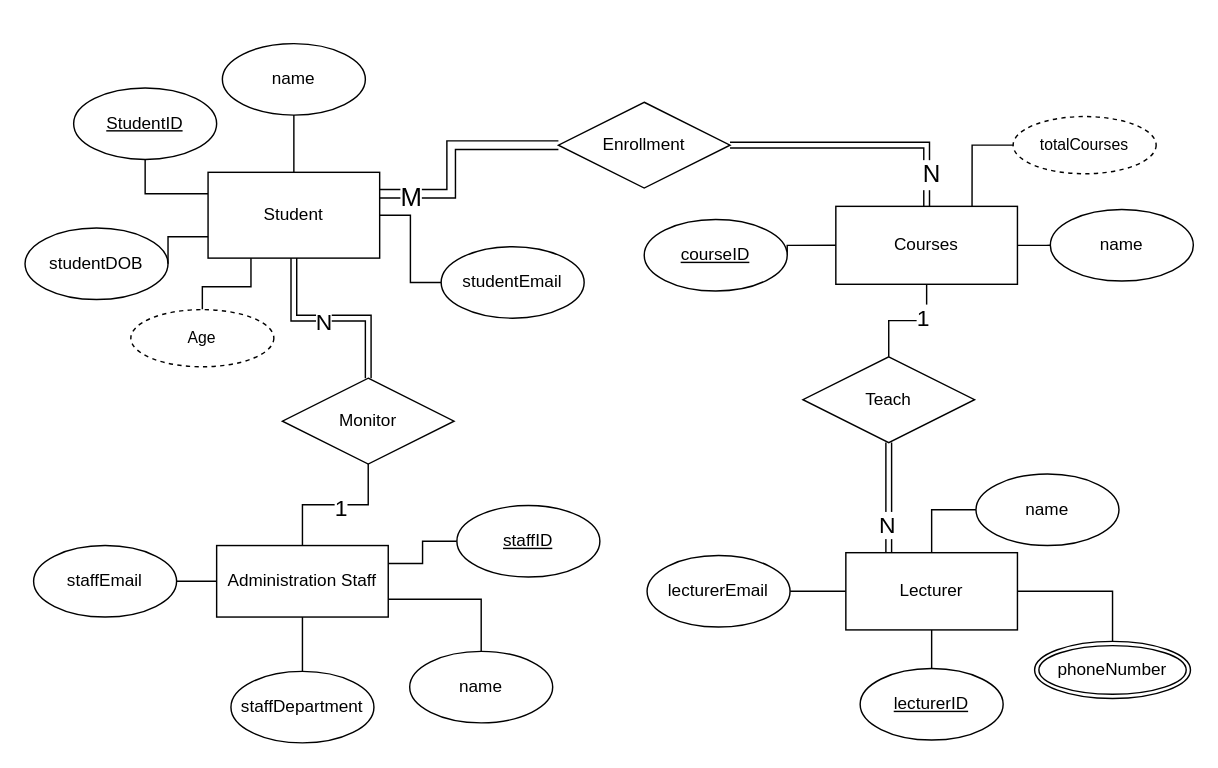
David-Jacks/Diagrams keeps this draw.io diagram as course_work_erd.drawio. Above is the earlier version. Source tidied: cells renumbered, new cells numbered last; positions are measured from the earlier drawing's top-left corner, leaving out a move shared by most shapes. Both pictures are drawn from the tidied source at 143%, with x=0, y=0 at pixel (24, 43).
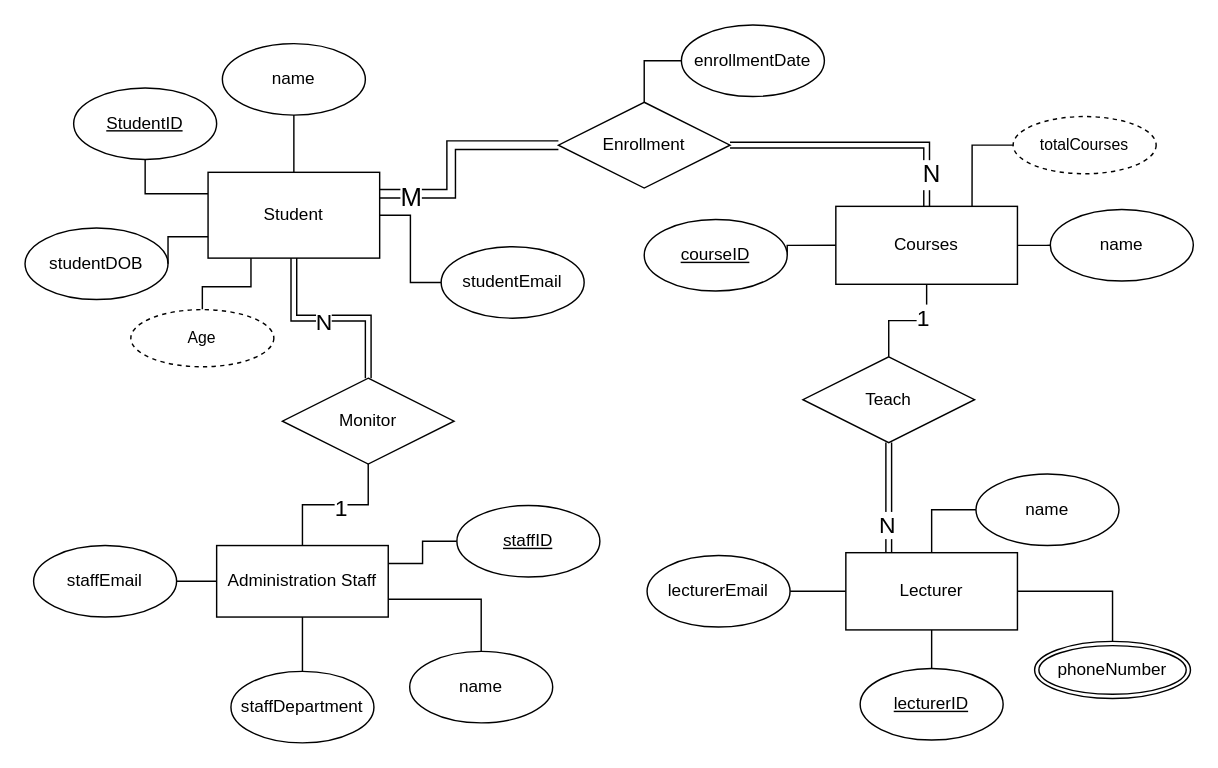
After the change.

Unchanged cells that the change refers to:
```xml
<mxCell id="46" value="Enrollment" style="shape=rhombus;perimeter=rhombusPerimeter;whiteSpace=wrap;html=1;align=center;" parent="1" vertex="1">
  <mxGeometry x="373" y="41" width="120" height="60" as="geometry" />
</mxCell>
```

What changed in the source:
```diff
@@
+    <mxCell id="53" value="enrollmentDate" style="ellipse;whiteSpace=wrap;html=1;" parent="1" vertex="1">
+      <mxGeometry x="459" y="-13" width="100" height="50" as="geometry" />
+    </mxCell>
+    <mxCell id="54" style="edgeStyle=orthogonalEdgeStyle;rounded=0;jettySize=auto;html=1;entryX=0.5;entryY=0;entryDx=0;entryDy=0;endArrow=none;endFill=0;exitX=0;exitY=0.5;exitDx=0;exitDy=0;" parent="1" edge="1" source="53" target="46">
+      <mxGeometry relative="1" as="geometry" />
+    </mxCell>
```
